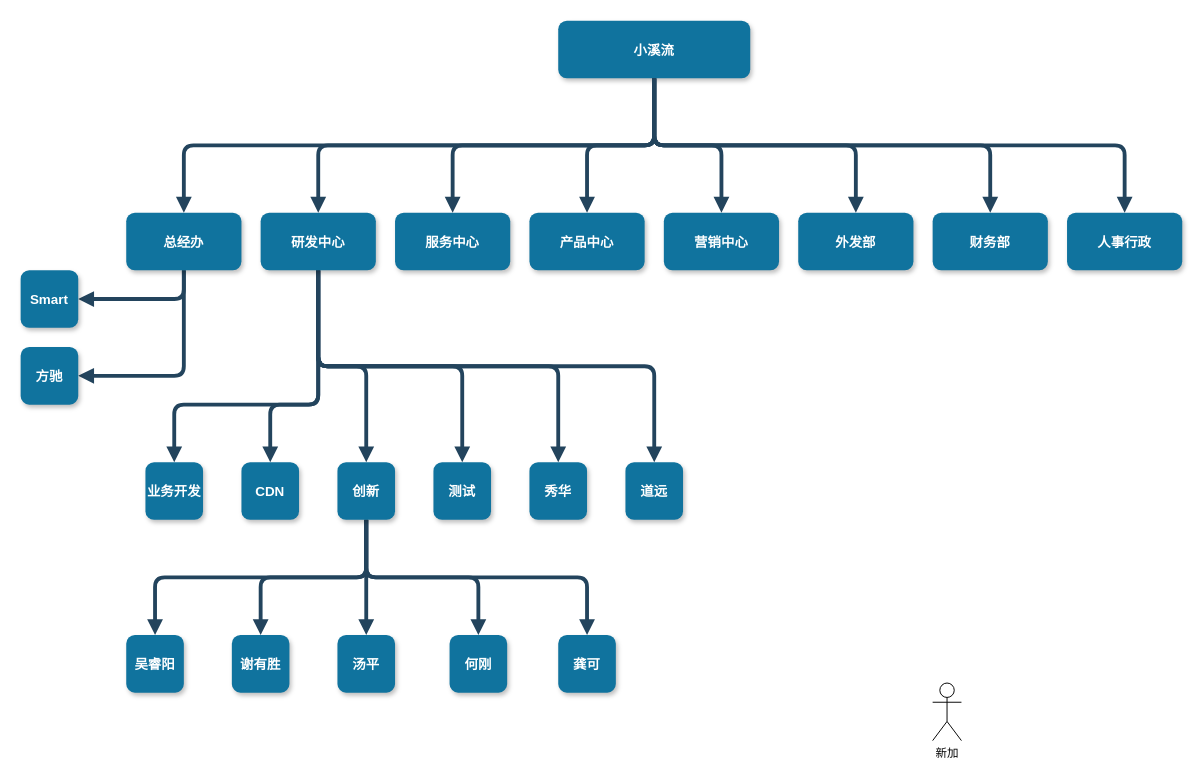
Above: page "组织架构示意图" (1 of 4) of 组织架构-数据模型.drawio in zebra-min/my-design (draw.io), before the change. Source tidied: cells renumbered, new cells numbered last; positions are measured from the earlier drawing's top-left corner, leaving out a move shared by most shapes. Both pictures are drawn from the tidied source at 96%, with x=0, y=0 at pixel (20, 20).
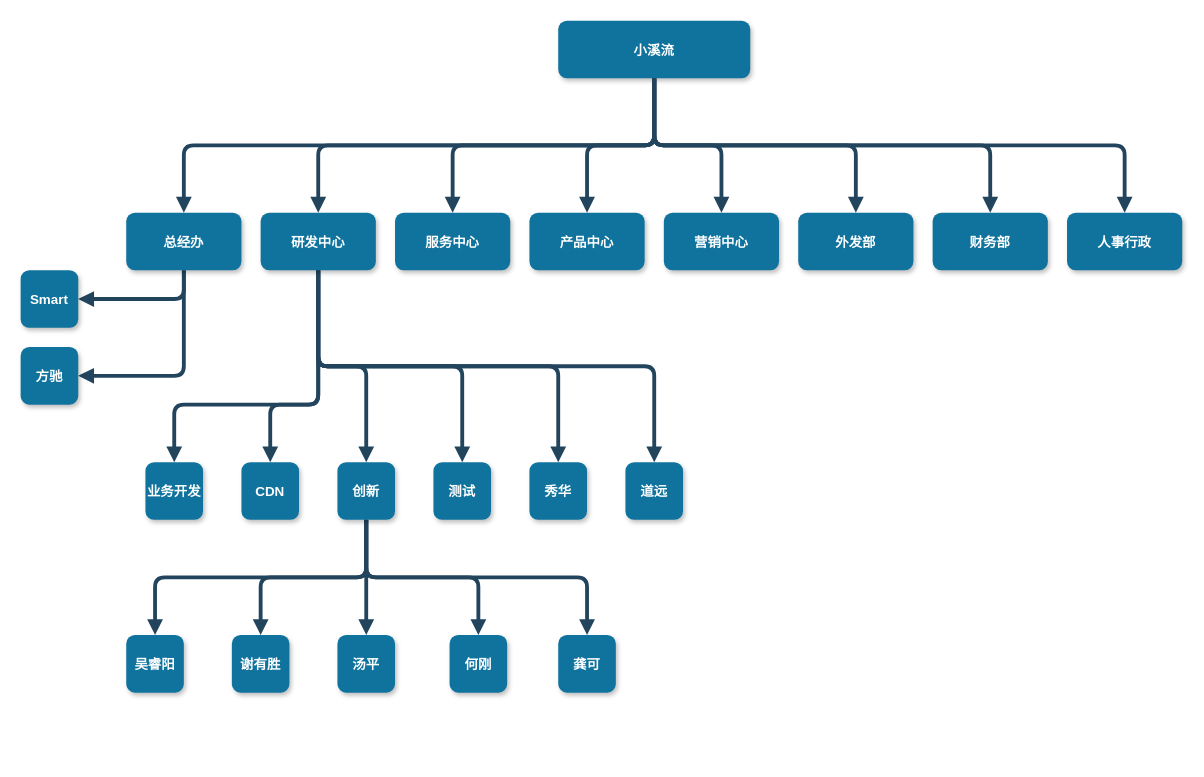
The same page after the edit.

Commit message:
更新组织架构-数据模型.drawio

Change to the diagram source:
```diff
@@
-    <mxCell id="45" value="新加" style="shape=umlActor;verticalLabelPosition=bottom;verticalAlign=top;html=1;" parent="1" vertex="1">
-      <mxGeometry x="950" y="690" width="30" height="60" as="geometry" />
-    </mxCell>
```
